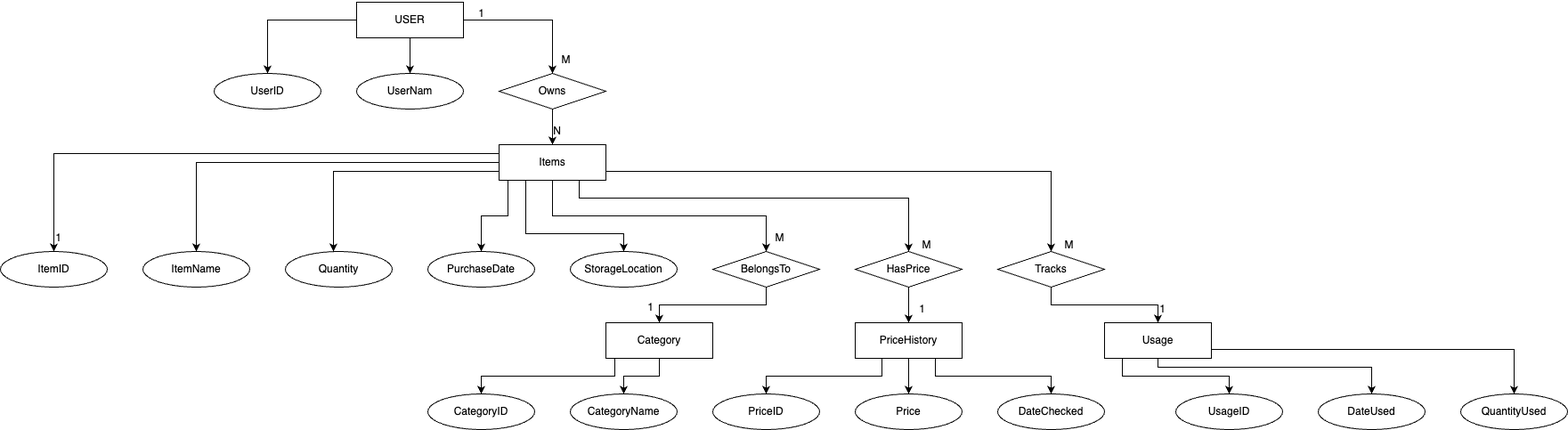
Earlier version of the draw.io export Database/DraftERD.drawio.png (anhvuanhvu/SPU_CSC3220_W25_T7). Source tidied: cells renumbered, new cells last; positions are measured from the earlier drawing's top-left corner, leaving out a move shared by most shapes. Its diagram source:
```xml
<mxGraphModel>
  <root>
    <mxCell id="0" />
    <mxCell id="1" parent="0" />
    <mxCell id="2" style="edgeStyle=orthogonalEdgeStyle;rounded=0;jettySize=auto;html=1;entryX=0.5;entryY=0;entryDx=0;entryDy=0;" parent="1" edge="1" source="5" target="7">
      <mxGeometry relative="1" as="geometry" />
    </mxCell>
    <mxCell id="3" style="edgeStyle=orthogonalEdgeStyle;rounded=0;jettySize=auto;html=1;" parent="1" edge="1" source="5" target="6">
      <mxGeometry relative="1" as="geometry" />
    </mxCell>
    <mxCell id="4" style="edgeStyle=orthogonalEdgeStyle;rounded=0;jettySize=auto;html=1;entryX=0.5;entryY=0;entryDx=0;entryDy=0;" parent="1" edge="1" source="5" target="9">
      <mxGeometry relative="1" as="geometry" />
    </mxCell>
    <mxCell id="5" value="USER" style="rounded=0;whiteSpace=wrap;html=1;" parent="1" vertex="1">
      <mxGeometry x="400" y="2" width="120" height="40" as="geometry" />
    </mxCell>
    <mxCell id="6" value="UserNam" style="ellipse;whiteSpace=wrap;html=1;" parent="1" vertex="1">
      <mxGeometry x="400" y="82" width="120" height="40" as="geometry" />
    </mxCell>
    <mxCell id="7" value="UserID" style="ellipse;whiteSpace=wrap;html=1;" parent="1" vertex="1">
      <mxGeometry x="240" y="82" width="120" height="40" as="geometry" />
    </mxCell>
    <mxCell id="8" style="edgeStyle=orthogonalEdgeStyle;rounded=0;jettySize=auto;html=1;exitX=0.5;exitY=1;exitDx=0;exitDy=0;entryX=0.5;entryY=0;entryDx=0;entryDy=0;" parent="1" edge="1" source="9" target="17">
      <mxGeometry relative="1" as="geometry" />
    </mxCell>
    <mxCell id="9" value="Owns" style="rhombus;whiteSpace=wrap;html=1;" parent="1" vertex="1">
      <mxGeometry x="560" y="82" width="120" height="40" as="geometry" />
    </mxCell>
    <mxCell id="10" style="edgeStyle=orthogonalEdgeStyle;rounded=0;jettySize=auto;html=1;exitX=0.5;exitY=1;exitDx=0;exitDy=0;entryX=0.5;entryY=0;entryDx=0;entryDy=0;" parent="1" edge="1" source="17" target="25">
      <mxGeometry relative="1" as="geometry" />
    </mxCell>
    <mxCell id="11" style="edgeStyle=orthogonalEdgeStyle;rounded=0;jettySize=auto;html=1;exitX=0.75;exitY=1;exitDx=0;exitDy=0;entryX=0.5;entryY=0;entryDx=0;entryDy=0;" parent="1" edge="1" target="27">
      <mxGeometry relative="1" as="geometry">
        <mxPoint x="650" y="192" as="sourcePoint" />
        <Array as="points">
          <mxPoint x="650" y="222" />
          <mxPoint x="1020" y="222" />
        </Array>
      </mxGeometry>
    </mxCell>
    <mxCell id="12" style="edgeStyle=orthogonalEdgeStyle;rounded=0;jettySize=auto;html=1;exitX=1;exitY=1;exitDx=0;exitDy=0;entryX=0.5;entryY=0;entryDx=0;entryDy=0;" parent="1" edge="1" source="17" target="41">
      <mxGeometry relative="1" as="geometry">
        <Array as="points">
          <mxPoint x="680" y="192" />
          <mxPoint x="1180" y="192" />
        </Array>
      </mxGeometry>
    </mxCell>
    <mxCell id="13" style="edgeStyle=orthogonalEdgeStyle;rounded=0;jettySize=auto;html=1;exitX=0.25;exitY=1;exitDx=0;exitDy=0;" parent="1" edge="1" source="17" target="19">
      <mxGeometry relative="1" as="geometry">
        <Array as="points">
          <mxPoint x="590" y="262" />
          <mxPoint x="700" y="262" />
        </Array>
      </mxGeometry>
    </mxCell>
    <mxCell id="14" style="edgeStyle=orthogonalEdgeStyle;rounded=0;jettySize=auto;html=1;exitX=0;exitY=1;exitDx=0;exitDy=0;" parent="1" edge="1" source="17" target="18">
      <mxGeometry relative="1" as="geometry">
        <Array as="points">
          <mxPoint x="570" y="202" />
          <mxPoint x="570" y="242" />
          <mxPoint x="540" y="242" />
        </Array>
      </mxGeometry>
    </mxCell>
    <mxCell id="15" style="edgeStyle=orthogonalEdgeStyle;rounded=0;jettySize=auto;html=1;exitX=0;exitY=0.5;exitDx=0;exitDy=0;entryX=0.5;entryY=0;entryDx=0;entryDy=0;" parent="1" edge="1" source="17" target="21">
      <mxGeometry relative="1" as="geometry" />
    </mxCell>
    <mxCell id="16" style="edgeStyle=orthogonalEdgeStyle;rounded=0;jettySize=auto;html=1;exitX=0;exitY=0;exitDx=0;exitDy=0;entryX=0.5;entryY=0;entryDx=0;entryDy=0;" parent="1" edge="1" source="17" target="22">
      <mxGeometry relative="1" as="geometry">
        <Array as="points">
          <mxPoint x="560" y="172" />
          <mxPoint x="60" y="172" />
        </Array>
      </mxGeometry>
    </mxCell>
    <mxCell id="17" value="Items" style="rounded=0;whiteSpace=wrap;html=1;" parent="1" vertex="1">
      <mxGeometry x="560" y="162" width="120" height="40" as="geometry" />
    </mxCell>
    <mxCell id="18" value="PurchaseDate" style="ellipse;whiteSpace=wrap;html=1;" parent="1" vertex="1">
      <mxGeometry x="480" y="282" width="120" height="40" as="geometry" />
    </mxCell>
    <mxCell id="19" value="StorageLocation" style="ellipse;whiteSpace=wrap;html=1;" parent="1" vertex="1">
      <mxGeometry x="640" y="282" width="120" height="40" as="geometry" />
    </mxCell>
    <mxCell id="20" value="Quantity" style="ellipse;whiteSpace=wrap;html=1;" parent="1" vertex="1">
      <mxGeometry x="320" y="282" width="120" height="40" as="geometry" />
    </mxCell>
    <mxCell id="21" value="ItemName" style="ellipse;whiteSpace=wrap;html=1;" parent="1" vertex="1">
      <mxGeometry x="160" y="282" width="120" height="40" as="geometry" />
    </mxCell>
    <mxCell id="22" value="ItemID" style="ellipse;whiteSpace=wrap;html=1;" parent="1" vertex="1">
      <mxGeometry y="282" width="120" height="40" as="geometry" />
    </mxCell>
    <mxCell id="23" style="edgeStyle=orthogonalEdgeStyle;rounded=0;orthogonalLoop=1;jettySize=auto;html=1;exitX=0.5;exitY=1;exitDx=0;exitDy=0;" parent="1" edge="1" source="20" target="20">
      <mxGeometry relative="1" as="geometry" />
    </mxCell>
    <mxCell id="24" style="edgeStyle=orthogonalEdgeStyle;rounded=0;jettySize=auto;html=1;exitX=0.5;exitY=1;exitDx=0;exitDy=0;entryX=0.5;entryY=0;entryDx=0;entryDy=0;" parent="1" edge="1" source="25" target="30">
      <mxGeometry relative="1" as="geometry" />
    </mxCell>
    <mxCell id="25" value="BelongsTo" style="rhombus;whiteSpace=wrap;html=1;" parent="1" vertex="1">
      <mxGeometry x="800" y="282" width="120" height="40" as="geometry" />
    </mxCell>
    <mxCell id="26" style="edgeStyle=orthogonalEdgeStyle;rounded=0;jettySize=auto;html=1;exitX=0.5;exitY=1;exitDx=0;exitDy=0;entryX=0.5;entryY=0;entryDx=0;entryDy=0;" parent="1" edge="1" source="27" target="36">
      <mxGeometry relative="1" as="geometry" />
    </mxCell>
    <mxCell id="27" value="HasPrice" style="rhombus;whiteSpace=wrap;html=1;" parent="1" vertex="1">
      <mxGeometry x="960" y="282" width="120" height="40" as="geometry" />
    </mxCell>
    <mxCell id="28" style="edgeStyle=orthogonalEdgeStyle;rounded=0;jettySize=auto;html=1;entryX=0.5;entryY=0;entryDx=0;entryDy=0;" parent="1" edge="1" source="30" target="39">
      <mxGeometry relative="1" as="geometry" />
    </mxCell>
    <mxCell id="29" style="edgeStyle=orthogonalEdgeStyle;rounded=0;jettySize=auto;html=1;exitX=0;exitY=1;exitDx=0;exitDy=0;entryX=0.5;entryY=0;entryDx=0;entryDy=0;" parent="1" edge="1" source="30" target="38">
      <mxGeometry relative="1" as="geometry">
        <Array as="points">
          <mxPoint x="690" y="402" />
          <mxPoint x="690" y="422" />
          <mxPoint x="540" y="422" />
        </Array>
      </mxGeometry>
    </mxCell>
    <mxCell id="30" value="Category" style="rounded=0;whiteSpace=wrap;html=1;" parent="1" vertex="1">
      <mxGeometry x="680" y="362" width="120" height="40" as="geometry" />
    </mxCell>
    <mxCell id="31" value="DateChecked" style="ellipse;whiteSpace=wrap;html=1;" parent="1" vertex="1">
      <mxGeometry x="1120" y="442" width="120" height="40" as="geometry" />
    </mxCell>
    <mxCell id="32" value="PriceID" style="ellipse;whiteSpace=wrap;html=1;" parent="1" vertex="1">
      <mxGeometry x="800" y="442" width="120" height="40" as="geometry" />
    </mxCell>
    <mxCell id="33" style="edgeStyle=orthogonalEdgeStyle;rounded=0;jettySize=auto;html=1;exitX=0.5;exitY=1;exitDx=0;exitDy=0;entryX=0.5;entryY=0;entryDx=0;entryDy=0;" parent="1" edge="1" source="36" target="37">
      <mxGeometry relative="1" as="geometry" />
    </mxCell>
    <mxCell id="34" style="edgeStyle=orthogonalEdgeStyle;rounded=0;jettySize=auto;html=1;exitX=0.25;exitY=1;exitDx=0;exitDy=0;entryX=0.5;entryY=0;entryDx=0;entryDy=0;" parent="1" edge="1" source="36" target="32">
      <mxGeometry relative="1" as="geometry" />
    </mxCell>
    <mxCell id="35" style="edgeStyle=orthogonalEdgeStyle;rounded=0;jettySize=auto;html=1;exitX=0.75;exitY=1;exitDx=0;exitDy=0;" parent="1" edge="1" source="36" target="31">
      <mxGeometry relative="1" as="geometry" />
    </mxCell>
    <mxCell id="36" value="PriceHistory" style="rounded=0;whiteSpace=wrap;html=1;" parent="1" vertex="1">
      <mxGeometry x="960" y="362" width="120" height="40" as="geometry" />
    </mxCell>
    <mxCell id="37" value="Price" style="ellipse;whiteSpace=wrap;html=1;" parent="1" vertex="1">
      <mxGeometry x="960" y="442" width="120" height="40" as="geometry" />
    </mxCell>
    <mxCell id="38" value="CategoryID" style="ellipse;whiteSpace=wrap;html=1;" parent="1" vertex="1">
      <mxGeometry x="480" y="442" width="120" height="40" as="geometry" />
    </mxCell>
    <mxCell id="39" value="CategoryName" style="ellipse;whiteSpace=wrap;html=1;" parent="1" vertex="1">
      <mxGeometry x="640" y="442" width="120" height="40" as="geometry" />
    </mxCell>
    <mxCell id="40" style="edgeStyle=orthogonalEdgeStyle;rounded=0;jettySize=auto;html=1;entryX=0.5;entryY=0;entryDx=0;entryDy=0;" parent="1" edge="1" source="41" target="45">
      <mxGeometry relative="1" as="geometry" />
    </mxCell>
    <mxCell id="41" value="Tracks" style="rhombus;whiteSpace=wrap;html=1;" parent="1" vertex="1">
      <mxGeometry x="1120" y="282" width="120" height="40" as="geometry" />
    </mxCell>
    <mxCell id="42" style="edgeStyle=orthogonalEdgeStyle;rounded=0;jettySize=auto;html=1;" parent="1" edge="1" source="45" target="46">
      <mxGeometry relative="1" as="geometry">
        <Array as="points">
          <mxPoint x="1260" y="422" />
          <mxPoint x="1380" y="422" />
        </Array>
      </mxGeometry>
    </mxCell>
    <mxCell id="43" style="edgeStyle=orthogonalEdgeStyle;rounded=0;jettySize=auto;html=1;exitX=1;exitY=0.5;exitDx=0;exitDy=0;entryX=0.5;entryY=0;entryDx=0;entryDy=0;" parent="1" edge="1" target="47">
      <mxGeometry relative="1" as="geometry">
        <mxPoint x="1360" y="392" as="sourcePoint" />
        <Array as="points">
          <mxPoint x="1300" y="392" />
          <mxPoint x="1300" y="412" />
          <mxPoint x="1540" y="412" />
        </Array>
      </mxGeometry>
    </mxCell>
    <mxCell id="44" style="edgeStyle=orthogonalEdgeStyle;rounded=0;jettySize=auto;html=1;entryX=0.5;entryY=0;entryDx=0;entryDy=0;" parent="1" edge="1" source="45" target="48">
      <mxGeometry relative="1" as="geometry">
        <Array as="points">
          <mxPoint x="1700" y="392" />
        </Array>
      </mxGeometry>
    </mxCell>
    <mxCell id="45" value="Usage" style="rounded=0;whiteSpace=wrap;html=1;" parent="1" vertex="1">
      <mxGeometry x="1240" y="362" width="120" height="40" as="geometry" />
    </mxCell>
    <mxCell id="46" value="UsageID" style="ellipse;whiteSpace=wrap;html=1;" parent="1" vertex="1">
      <mxGeometry x="1320" y="442" width="120" height="40" as="geometry" />
    </mxCell>
    <mxCell id="47" value="DateUsed" style="ellipse;whiteSpace=wrap;html=1;" parent="1" vertex="1">
      <mxGeometry x="1480" y="442" width="120" height="40" as="geometry" />
    </mxCell>
    <mxCell id="48" value="QuantityUsed" style="ellipse;whiteSpace=wrap;html=1;" parent="1" vertex="1">
      <mxGeometry x="1640" y="442" width="120" height="40" as="geometry" />
    </mxCell>
    <mxCell id="49" style="edgeStyle=orthogonalEdgeStyle;rounded=0;jettySize=auto;html=1;exitX=0;exitY=0.75;exitDx=0;exitDy=0;entryX=0.45;entryY=0;entryDx=0;entryDy=0;entryPerimeter=0;" parent="1" edge="1" source="17" target="20">
      <mxGeometry relative="1" as="geometry">
        <Array as="points">
          <mxPoint x="374" y="192" />
        </Array>
      </mxGeometry>
    </mxCell>
    <mxCell id="50" value="M" style="text;html=1;align=center;verticalAlign=middle;strokeColor=none;fillColor=none;" parent="1" vertex="1">
      <mxGeometry x="620" y="52" width="30" height="30" as="geometry" />
    </mxCell>
    <mxCell id="51" value="N" style="text;html=1;align=center;verticalAlign=middle;strokeColor=none;fillColor=none;" parent="1" vertex="1">
      <mxGeometry x="610" y="132" width="30" height="30" as="geometry" />
    </mxCell>
    <mxCell id="52" value="1" style="text;html=1;align=center;verticalAlign=middle;strokeColor=none;fillColor=none;" parent="1" vertex="1">
      <mxGeometry x="50" y="252" width="30" height="30" as="geometry" />
    </mxCell>
    <mxCell id="53" value="1" style="text;html=1;align=center;verticalAlign=middle;strokeColor=none;fillColor=none;" parent="1" vertex="1">
      <mxGeometry x="1020" y="332" width="30" height="30" as="geometry" />
    </mxCell>
    <mxCell id="54" value="1" style="text;html=1;align=center;verticalAlign=middle;strokeColor=none;fillColor=none;" parent="1" vertex="1">
      <mxGeometry x="1290" y="332" width="30" height="30" as="geometry" />
    </mxCell>
    <mxCell id="55" value="1" style="text;html=1;align=center;verticalAlign=middle;strokeColor=none;fillColor=none;" parent="1" vertex="1">
      <mxGeometry x="715" y="330" width="30" height="30" as="geometry" />
    </mxCell>
    <mxCell id="56" value="M" style="text;html=1;align=center;verticalAlign=middle;strokeColor=none;fillColor=none;" parent="1" vertex="1">
      <mxGeometry x="860" y="252" width="30" height="30" as="geometry" />
    </mxCell>
    <mxCell id="57" value="M" style="text;html=1;align=center;verticalAlign=middle;strokeColor=none;fillColor=none;" parent="1" vertex="1">
      <mxGeometry x="1185" y="260" width="30" height="30" as="geometry" />
    </mxCell>
    <mxCell id="58" value="M" style="text;html=1;align=center;verticalAlign=middle;strokeColor=none;fillColor=none;" parent="1" vertex="1">
      <mxGeometry x="1025" y="260" width="30" height="30" as="geometry" />
    </mxCell>
    <mxCell id="59" value="1" style="text;html=1;align=center;verticalAlign=middle;strokeColor=none;fillColor=none;" parent="1" vertex="1">
      <mxGeometry x="525" width="30" height="30" as="geometry" />
    </mxCell>
  </root>
</mxGraphModel>
```
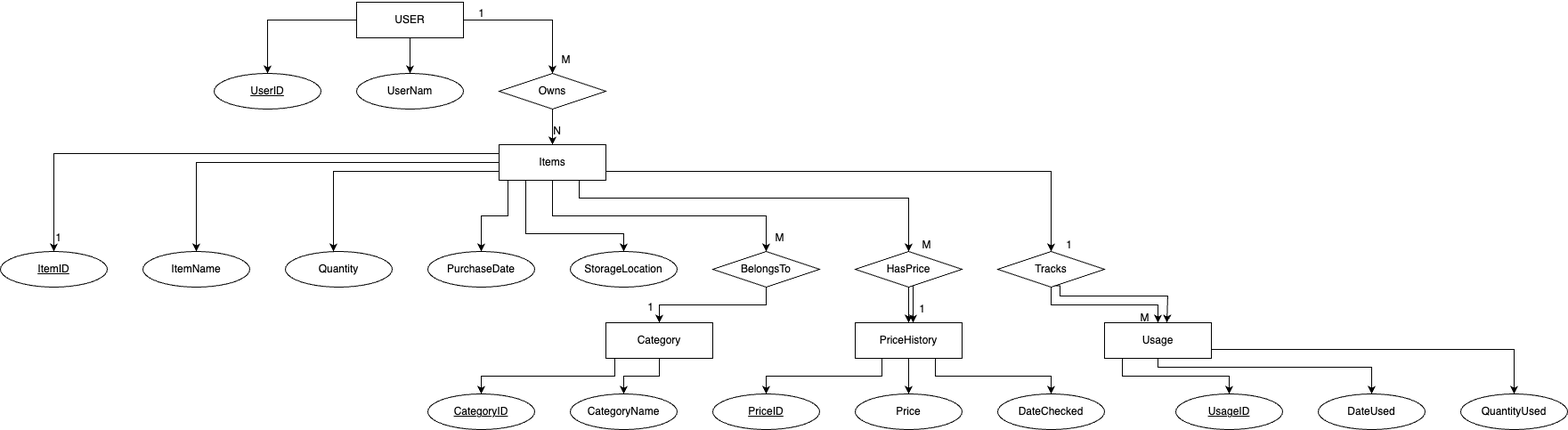
The same diagram one commit later.

What changed in the source:
```diff
@@ -17,7 +17,7 @@
     <mxCell id="6" value="UserNam" style="ellipse;whiteSpace=wrap;html=1;" parent="1" vertex="1">
       <mxGeometry x="400" y="82" width="120" height="40" as="geometry" />
     </mxCell>
-    <mxCell id="7" value="UserID" style="ellipse;whiteSpace=wrap;html=1;" parent="1" vertex="1">
+    <mxCell id="7" value="&lt;u&gt;UserID&lt;/u&gt;" style="ellipse;whiteSpace=wrap;html=1;" parent="1" vertex="1">
       <mxGeometry x="240" y="82" width="120" height="40" as="geometry" />
     </mxCell>
     <mxCell id="8" style="edgeStyle=orthogonalEdgeStyle;rounded=0;jettySize=auto;html=1;exitX=0.5;exitY=1;exitDx=0;exitDy=0;entryX=0.5;entryY=0;entryDx=0;entryDy=0;" parent="1" edge="1" source="9" target="17">
@@ -89,7 +89,7 @@
     <mxCell id="21" value="ItemName" style="ellipse;whiteSpace=wrap;html=1;" parent="1" vertex="1">
       <mxGeometry x="160" y="282" width="120" height="40" as="geometry" />
     </mxCell>
-    <mxCell id="22" value="ItemID" style="ellipse;whiteSpace=wrap;html=1;" parent="1" vertex="1">
+    <mxCell id="22" value="&lt;u&gt;ItemID&lt;/u&gt;" style="ellipse;whiteSpace=wrap;html=1;" parent="1" vertex="1">
       <mxGeometry y="282" width="120" height="40" as="geometry" />
     </mxCell>
     <mxCell id="23" style="edgeStyle=orthogonalEdgeStyle;rounded=0;orthogonalLoop=1;jettySize=auto;html=1;exitX=0.5;exitY=1;exitDx=0;exitDy=0;" parent="1" edge="1" source="20" target="20">
@@ -125,7 +125,7 @@
     <mxCell id="31" value="DateChecked" style="ellipse;whiteSpace=wrap;html=1;" parent="1" vertex="1">
       <mxGeometry x="1120" y="442" width="120" height="40" as="geometry" />
     </mxCell>
-    <mxCell id="32" value="PriceID" style="ellipse;whiteSpace=wrap;html=1;" parent="1" vertex="1">
+    <mxCell id="32" value="&lt;u&gt;PriceID&lt;/u&gt;" style="ellipse;whiteSpace=wrap;html=1;" parent="1" vertex="1">
       <mxGeometry x="800" y="442" width="120" height="40" as="geometry" />
     </mxCell>
     <mxCell id="33" style="edgeStyle=orthogonalEdgeStyle;rounded=0;jettySize=auto;html=1;exitX=0.5;exitY=1;exitDx=0;exitDy=0;entryX=0.5;entryY=0;entryDx=0;entryDy=0;" parent="1" edge="1" source="36" target="37">
@@ -143,7 +143,7 @@
     <mxCell id="37" value="Price" style="ellipse;whiteSpace=wrap;html=1;" parent="1" vertex="1">
       <mxGeometry x="960" y="442" width="120" height="40" as="geometry" />
     </mxCell>
-    <mxCell id="38" value="CategoryID" style="ellipse;whiteSpace=wrap;html=1;" parent="1" vertex="1">
+    <mxCell id="38" value="&lt;u&gt;CategoryID&lt;/u&gt;" style="ellipse;whiteSpace=wrap;html=1;" parent="1" vertex="1">
       <mxGeometry x="480" y="442" width="120" height="40" as="geometry" />
     </mxCell>
     <mxCell id="39" value="CategoryName" style="ellipse;whiteSpace=wrap;html=1;" parent="1" vertex="1">
@@ -183,7 +183,7 @@
     <mxCell id="45" value="Usage" style="rounded=0;whiteSpace=wrap;html=1;" parent="1" vertex="1">
       <mxGeometry x="1240" y="362" width="120" height="40" as="geometry" />
     </mxCell>
-    <mxCell id="46" value="UsageID" style="ellipse;whiteSpace=wrap;html=1;" parent="1" vertex="1">
+    <mxCell id="46" value="&lt;u&gt;UsageID&lt;/u&gt;" style="ellipse;whiteSpace=wrap;html=1;" parent="1" vertex="1">
       <mxGeometry x="1320" y="442" width="120" height="40" as="geometry" />
     </mxCell>
     <mxCell id="47" value="DateUsed" style="ellipse;whiteSpace=wrap;html=1;" parent="1" vertex="1">
@@ -211,8 +211,8 @@
     <mxCell id="53" value="1" style="text;html=1;align=center;verticalAlign=middle;strokeColor=none;fillColor=none;" parent="1" vertex="1">
       <mxGeometry x="1020" y="332" width="30" height="30" as="geometry" />
     </mxCell>
-    <mxCell id="54" value="1" style="text;html=1;align=center;verticalAlign=middle;strokeColor=none;fillColor=none;" parent="1" vertex="1">
-      <mxGeometry x="1290" y="332" width="30" height="30" as="geometry" />
+    <mxCell id="54" value="M" style="text;html=1;align=center;verticalAlign=middle;strokeColor=none;fillColor=none;" parent="1" vertex="1">
+      <mxGeometry x="1270" y="342" width="30" height="30" as="geometry" />
     </mxCell>
     <mxCell id="55" value="1" style="text;html=1;align=center;verticalAlign=middle;strokeColor=none;fillColor=none;" parent="1" vertex="1">
       <mxGeometry x="715" y="330" width="30" height="30" as="geometry" />
@@ -220,7 +220,7 @@
     <mxCell id="56" value="M" style="text;html=1;align=center;verticalAlign=middle;strokeColor=none;fillColor=none;" parent="1" vertex="1">
       <mxGeometry x="860" y="252" width="30" height="30" as="geometry" />
     </mxCell>
-    <mxCell id="57" value="M" style="text;html=1;align=center;verticalAlign=middle;strokeColor=none;fillColor=none;" parent="1" vertex="1">
+    <mxCell id="57" value="1" style="text;html=1;align=center;verticalAlign=middle;strokeColor=none;fillColor=none;" parent="1" vertex="1">
       <mxGeometry x="1185" y="260" width="30" height="30" as="geometry" />
     </mxCell>
     <mxCell id="58" value="M" style="text;html=1;align=center;verticalAlign=middle;strokeColor=none;fillColor=none;" parent="1" vertex="1">
@@ -229,5 +229,22 @@
     <mxCell id="59" value="1" style="text;html=1;align=center;verticalAlign=middle;strokeColor=none;fillColor=none;" parent="1" vertex="1">
       <mxGeometry x="525" width="30" height="30" as="geometry" />
     </mxCell>
+    <mxCell id="60" style="edgeStyle=orthogonalEdgeStyle;rounded=0;orthogonalLoop=1;jettySize=auto;html=1;exitX=0.5;exitY=1;exitDx=0;exitDy=0;" parent="1" edge="1">
+      <mxGeometry relative="1" as="geometry">
+        <mxPoint x="1025" y="320" as="sourcePoint" />
+        <mxPoint x="1025" y="362" as="targetPoint" />
+      </mxGeometry>
+    </mxCell>
+    <mxCell id="61" style="edgeStyle=orthogonalEdgeStyle;rounded=0;jettySize=auto;html=1;entryX=0.5;entryY=0;entryDx=0;entryDy=0;exitX=0.528;exitY=0.96;exitDx=0;exitDy=0;exitPerimeter=0;" parent="1" edge="1" source="41">
+      <mxGeometry relative="1" as="geometry">
+        <mxPoint x="1310" y="362" as="targetPoint" />
+        <Array as="points">
+          <mxPoint x="1190" y="320" />
+          <mxPoint x="1190" y="332" />
+          <mxPoint x="1311" y="332" />
+          <mxPoint x="1311" y="362" />
+        </Array>
+      </mxGeometry>
+    </mxCell>
   </root>
 </mxGraphModel>
```
